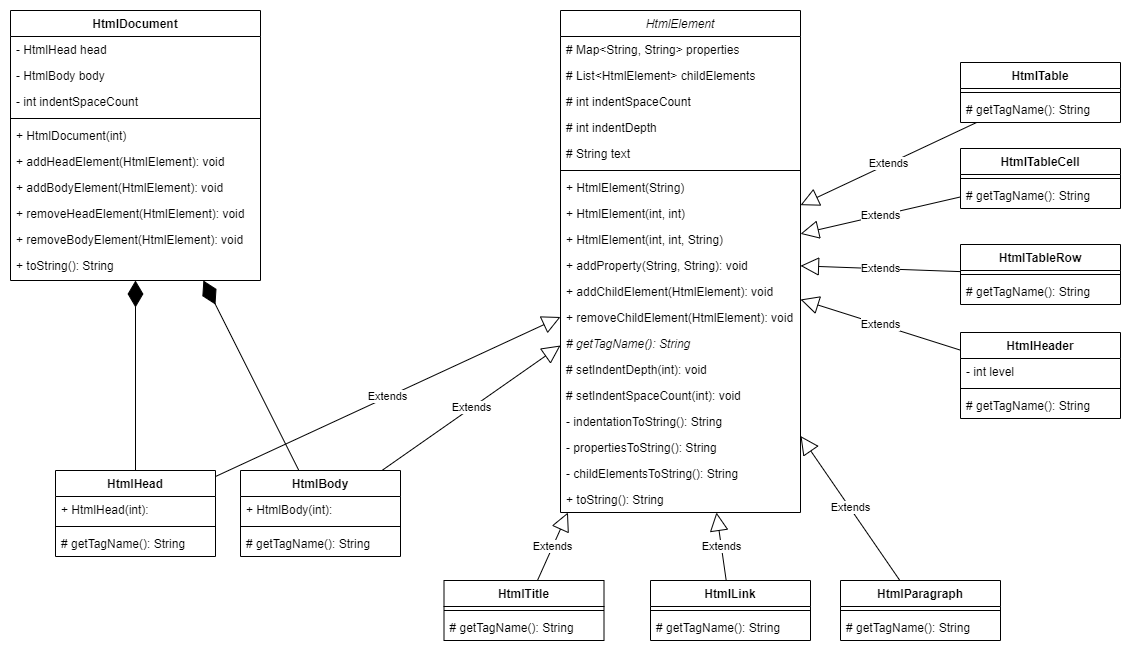
Earlier version of the draw.io export UML/Html-generator-drawio.png (Vajaylm/HtmlGenerator). Source tidied: cells renumbered, new cells last; positions are measured from the earlier drawing's top-left corner, leaving out a move shared by most shapes.
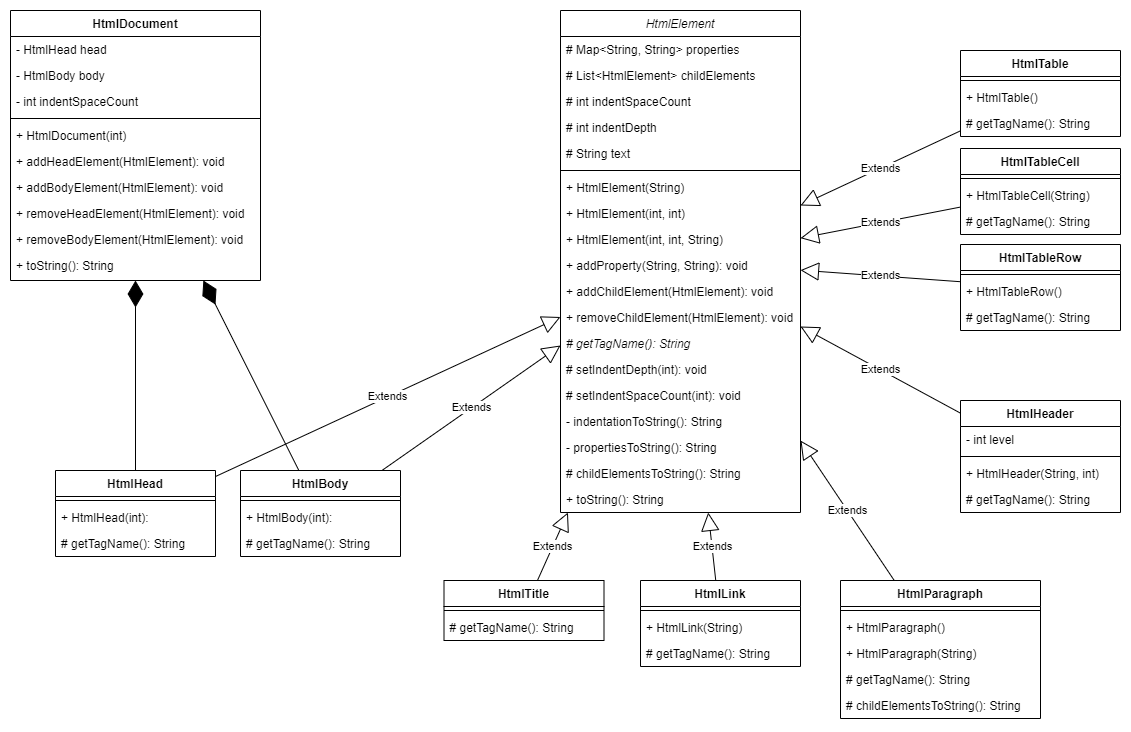
Later version of the same file.

Commit message:
Update UML diagram

What changed in the source:
```diff
@@ -56,7 +56,7 @@
     <mxCell id="19" value="- propertiesToString(): String" style="text;align=left;verticalAlign=top;spacingLeft=4;spacingRight=4;overflow=hidden;" parent="2" vertex="1">
       <mxGeometry y="424" width="240" height="26" as="geometry" />
     </mxCell>
-    <mxCell id="20" value="- childElementsToString(): String" style="text;align=left;verticalAlign=top;spacingLeft=4;spacingRight=4;overflow=hidden;" parent="2" vertex="1">
+    <mxCell id="20" value="# childElementsToString(): String" style="text;align=left;verticalAlign=top;spacingLeft=4;spacingRight=4;overflow=hidden;" parent="2" vertex="1">
       <mxGeometry y="450" width="240" height="26" as="geometry" />
     </mxCell>
     <mxCell id="21" value="+ toString(): String" style="text;align=left;verticalAlign=top;spacingLeft=4;spacingRight=4;overflow=hidden;" parent="2" vertex="1">
@@ -98,12 +98,12 @@
     <mxCell id="33" value="HtmlBody" style="swimlane;fontStyle=1;align=center;verticalAlign=top;horizontal=1;startSize=26;" parent="1" vertex="1">
       <mxGeometry x="230" y="460" width="160" height="86" as="geometry" />
     </mxCell>
+    <mxCell id="35" style="line;strokeWidth=1;fillColor=none;align=left;verticalAlign=middle;spacingTop=-1;spacingLeft=3;spacingRight=3;labelPosition=right;strokeColor=inherit;" parent="33" vertex="1">
+      <mxGeometry y="26" width="160" height="8" as="geometry" />
+    </mxCell>
     <mxCell id="34" value="+ HtmlBody(int): " style="text;strokeColor=none;fillColor=none;align=left;verticalAlign=top;spacingLeft=4;spacingRight=4;overflow=hidden;" parent="33" vertex="1">
-      <mxGeometry y="26" width="160" height="26" as="geometry" />
+      <mxGeometry y="34" width="160" height="26" as="geometry" />
     </mxCell>
-    <mxCell id="35" style="line;strokeWidth=1;fillColor=none;align=left;verticalAlign=middle;spacingTop=-1;spacingLeft=3;spacingRight=3;labelPosition=right;strokeColor=inherit;" parent="33" vertex="1">
-      <mxGeometry y="52" width="160" height="8" as="geometry" />
-    </mxCell>
     <mxCell id="36" value="# getTagName(): String" style="text;strokeColor=none;fillColor=none;align=left;verticalAlign=top;spacingLeft=4;spacingRight=4;overflow=hidden;" parent="33" vertex="1">
       <mxGeometry y="60" width="160" height="26" as="geometry" />
     </mxCell>
@@ -113,12 +113,12 @@
     <mxCell id="38" value="HtmlHead" style="swimlane;fontStyle=1;align=center;verticalAlign=top;horizontal=1;startSize=26;" parent="1" vertex="1">
       <mxGeometry x="45" y="460" width="160" height="86" as="geometry" />
     </mxCell>
+    <mxCell id="40" style="line;strokeWidth=1;fillColor=none;align=left;verticalAlign=middle;spacingTop=-1;spacingLeft=3;spacingRight=3;labelPosition=right;strokeColor=inherit;" parent="38" vertex="1">
+      <mxGeometry y="26" width="160" height="8" as="geometry" />
+    </mxCell>
     <mxCell id="39" value="+ HtmlHead(int): " style="text;strokeColor=none;fillColor=none;align=left;verticalAlign=top;spacingLeft=4;spacingRight=4;overflow=hidden;" parent="38" vertex="1">
-      <mxGeometry y="26" width="160" height="26" as="geometry" />
+      <mxGeometry y="34" width="160" height="26" as="geometry" />
     </mxCell>
-    <mxCell id="40" style="line;strokeWidth=1;fillColor=none;align=left;verticalAlign=middle;spacingTop=-1;spacingLeft=3;spacingRight=3;labelPosition=right;strokeColor=inherit;" parent="38" vertex="1">
-      <mxGeometry y="52" width="160" height="8" as="geometry" />
-    </mxCell>
     <mxCell id="41" value="# getTagName(): String" style="text;strokeColor=none;fillColor=none;align=left;verticalAlign=top;spacingLeft=4;spacingRight=4;overflow=hidden;" parent="38" vertex="1">
       <mxGeometry y="60" width="160" height="26" as="geometry" />
     </mxCell>
@@ -132,7 +132,7 @@
       <mxGeometry relative="1" as="geometry" />
     </mxCell>
     <mxCell id="45" value="HtmlHeader" style="swimlane;fontStyle=1;align=center;verticalAlign=top;horizontal=1;startSize=26;" parent="1" vertex="1">
-      <mxGeometry x="950" y="322" width="160" height="86" as="geometry" />
+      <mxGeometry x="950" y="390" width="160" height="112" as="geometry" />
     </mxCell>
     <mxCell id="46" value="- int level" style="text;strokeColor=none;fillColor=none;align=left;verticalAlign=top;spacingLeft=4;spacingRight=4;overflow=hidden;" parent="45" vertex="1">
       <mxGeometry y="26" width="160" height="26" as="geometry" />
@@ -140,53 +140,77 @@
     <mxCell id="47" style="line;strokeWidth=1;fillColor=none;align=left;verticalAlign=middle;spacingTop=-1;spacingLeft=3;spacingRight=3;labelPosition=right;strokeColor=inherit;" parent="45" vertex="1">
       <mxGeometry y="52" width="160" height="8" as="geometry" />
     </mxCell>
+    <mxCell id="74" value="+ HtmlHeader(String, int)" style="text;strokeColor=none;fillColor=none;align=left;verticalAlign=top;spacingLeft=4;spacingRight=4;overflow=hidden;" parent="45" vertex="1">
+      <mxGeometry y="60" width="160" height="26" as="geometry" />
+    </mxCell>
     <mxCell id="48" value="# getTagName(): String" style="text;strokeColor=none;fillColor=none;align=left;verticalAlign=top;spacingLeft=4;spacingRight=4;overflow=hidden;" parent="45" vertex="1">
-      <mxGeometry y="60" width="160" height="26" as="geometry" />
+      <mxGeometry y="86" width="160" height="26" as="geometry" />
     </mxCell>
     <mxCell id="49" value="HtmlTable" style="swimlane;fontStyle=1;align=center;verticalAlign=top;horizontal=1;startSize=26;" parent="1" vertex="1">
-      <mxGeometry x="950" y="52" width="160" height="60" as="geometry" />
+      <mxGeometry x="950" y="40" width="160" height="86" as="geometry" />
     </mxCell>
     <mxCell id="50" style="line;strokeWidth=1;fillColor=none;align=left;verticalAlign=middle;spacingTop=-1;spacingLeft=3;spacingRight=3;labelPosition=right;strokeColor=inherit;" parent="49" vertex="1">
       <mxGeometry y="26" width="160" height="8" as="geometry" />
     </mxCell>
-    <mxCell id="51" value="# getTagName(): String" style="text;strokeColor=none;fillColor=none;align=left;verticalAlign=top;spacingLeft=4;spacingRight=4;overflow=hidden;" parent="49" vertex="1">
+    <mxCell id="51" value="+ HtmlTable()" style="text;strokeColor=none;fillColor=none;align=left;verticalAlign=top;spacingLeft=4;spacingRight=4;overflow=hidden;" parent="49" vertex="1">
       <mxGeometry y="34" width="160" height="26" as="geometry" />
     </mxCell>
+    <mxCell id="75" value="# getTagName(): String" style="text;strokeColor=none;fillColor=none;align=left;verticalAlign=top;spacingLeft=4;spacingRight=4;overflow=hidden;" parent="49" vertex="1">
+      <mxGeometry y="60" width="160" height="26" as="geometry" />
+    </mxCell>
     <mxCell id="52" value="HtmlTableRow" style="swimlane;fontStyle=1;align=center;verticalAlign=top;horizontal=1;startSize=26;" parent="1" vertex="1">
-      <mxGeometry x="950" y="234" width="160" height="60" as="geometry" />
+      <mxGeometry x="950" y="234" width="160" height="86" as="geometry" />
     </mxCell>
     <mxCell id="53" style="line;strokeWidth=1;fillColor=none;align=left;verticalAlign=middle;spacingTop=-1;spacingLeft=3;spacingRight=3;labelPosition=right;strokeColor=inherit;" parent="52" vertex="1">
       <mxGeometry y="26" width="160" height="8" as="geometry" />
     </mxCell>
-    <mxCell id="54" value="# getTagName(): String" style="text;strokeColor=none;fillColor=none;align=left;verticalAlign=top;spacingLeft=4;spacingRight=4;overflow=hidden;" parent="52" vertex="1">
+    <mxCell id="54" value="+ HtmlTableRow()" style="text;strokeColor=none;fillColor=none;align=left;verticalAlign=top;spacingLeft=4;spacingRight=4;overflow=hidden;" parent="52" vertex="1">
       <mxGeometry y="34" width="160" height="26" as="geometry" />
     </mxCell>
+    <mxCell id="76" value="# getTagName(): String" style="text;strokeColor=none;fillColor=none;align=left;verticalAlign=top;spacingLeft=4;spacingRight=4;overflow=hidden;" parent="52" vertex="1">
+      <mxGeometry y="60" width="160" height="26" as="geometry" />
+    </mxCell>
     <mxCell id="55" value="HtmlTableCell" style="swimlane;fontStyle=1;align=center;verticalAlign=top;horizontal=1;startSize=26;" parent="1" vertex="1">
-      <mxGeometry x="950" y="138" width="160" height="60" as="geometry" />
+      <mxGeometry x="950" y="138" width="160" height="86" as="geometry" />
     </mxCell>
     <mxCell id="56" style="line;strokeWidth=1;fillColor=none;align=left;verticalAlign=middle;spacingTop=-1;spacingLeft=3;spacingRight=3;labelPosition=right;strokeColor=inherit;" parent="55" vertex="1">
       <mxGeometry y="26" width="160" height="8" as="geometry" />
     </mxCell>
-    <mxCell id="57" value="# getTagName(): String" style="text;strokeColor=none;fillColor=none;align=left;verticalAlign=top;spacingLeft=4;spacingRight=4;overflow=hidden;" parent="55" vertex="1">
+    <mxCell id="57" value="+ HtmlTableCell(String)" style="text;strokeColor=none;fillColor=none;align=left;verticalAlign=top;spacingLeft=4;spacingRight=4;overflow=hidden;" parent="55" vertex="1">
       <mxGeometry y="34" width="160" height="26" as="geometry" />
     </mxCell>
+    <mxCell id="77" value="# getTagName(): String" style="text;strokeColor=none;fillColor=none;align=left;verticalAlign=top;spacingLeft=4;spacingRight=4;overflow=hidden;" parent="55" vertex="1">
+      <mxGeometry y="60" width="160" height="26" as="geometry" />
+    </mxCell>
     <mxCell id="58" value="HtmlParagraph" style="swimlane;fontStyle=1;align=center;verticalAlign=top;horizontal=1;startSize=26;" parent="1" vertex="1">
-      <mxGeometry x="830" y="570" width="160" height="60" as="geometry" />
+      <mxGeometry x="830" y="570" width="200" height="138" as="geometry" />
     </mxCell>
     <mxCell id="59" style="line;strokeWidth=1;fillColor=none;align=left;verticalAlign=middle;spacingTop=-1;spacingLeft=3;spacingRight=3;labelPosition=right;strokeColor=inherit;" parent="58" vertex="1">
-      <mxGeometry y="26" width="160" height="8" as="geometry" />
+      <mxGeometry y="26" width="200" height="8" as="geometry" />
     </mxCell>
+    <mxCell id="78" value="+ HtmlParagraph()" style="text;strokeColor=none;fillColor=none;align=left;verticalAlign=top;spacingLeft=4;spacingRight=4;overflow=hidden;" parent="58" vertex="1">
+      <mxGeometry y="34" width="200" height="26" as="geometry" />
+    </mxCell>
+    <mxCell id="79" value="+ HtmlParagraph(String)" style="text;strokeColor=none;fillColor=none;align=left;verticalAlign=top;spacingLeft=4;spacingRight=4;overflow=hidden;" parent="58" vertex="1">
+      <mxGeometry y="60" width="200" height="26" as="geometry" />
+    </mxCell>
     <mxCell id="60" value="# getTagName(): String" style="text;strokeColor=none;fillColor=none;align=left;verticalAlign=top;spacingLeft=4;spacingRight=4;overflow=hidden;" parent="58" vertex="1">
-      <mxGeometry y="34" width="160" height="26" as="geometry" />
+      <mxGeometry y="86" width="200" height="26" as="geometry" />
     </mxCell>
+    <mxCell id="80" value="# childElementsToString(): String" style="text;strokeColor=none;fillColor=none;align=left;verticalAlign=top;spacingLeft=4;spacingRight=4;overflow=hidden;" parent="58" vertex="1">
+      <mxGeometry y="112" width="200" height="26" as="geometry" />
+    </mxCell>
     <mxCell id="61" value="HtmlLink" style="swimlane;fontStyle=1;align=center;verticalAlign=top;horizontal=1;startSize=26;" parent="1" vertex="1">
-      <mxGeometry x="640" y="570" width="160" height="60" as="geometry" />
+      <mxGeometry x="630" y="570" width="160" height="86" as="geometry" />
     </mxCell>
     <mxCell id="62" style="line;strokeWidth=1;fillColor=none;align=left;verticalAlign=middle;spacingTop=-1;spacingLeft=3;spacingRight=3;labelPosition=right;strokeColor=inherit;" parent="61" vertex="1">
       <mxGeometry y="26" width="160" height="8" as="geometry" />
     </mxCell>
+    <mxCell id="81" value="+ HtmlLink(String)" style="text;strokeColor=none;fillColor=none;align=left;verticalAlign=top;spacingLeft=4;spacingRight=4;overflow=hidden;" parent="61" vertex="1">
+      <mxGeometry y="34" width="160" height="26" as="geometry" />
+    </mxCell>
     <mxCell id="63" value="# getTagName(): String" style="text;strokeColor=none;fillColor=none;align=left;verticalAlign=top;spacingLeft=4;spacingRight=4;overflow=hidden;" parent="61" vertex="1">
-      <mxGeometry y="34" width="160" height="26" as="geometry" />
+      <mxGeometry y="60" width="160" height="26" as="geometry" />
     </mxCell>
     <mxCell id="64" value="HtmlTitle" style="swimlane;fontStyle=1;align=center;verticalAlign=top;horizontal=1;startSize=26;" parent="1" vertex="1">
       <mxGeometry x="433.5" y="570" width="160" height="60" as="geometry" />
```
